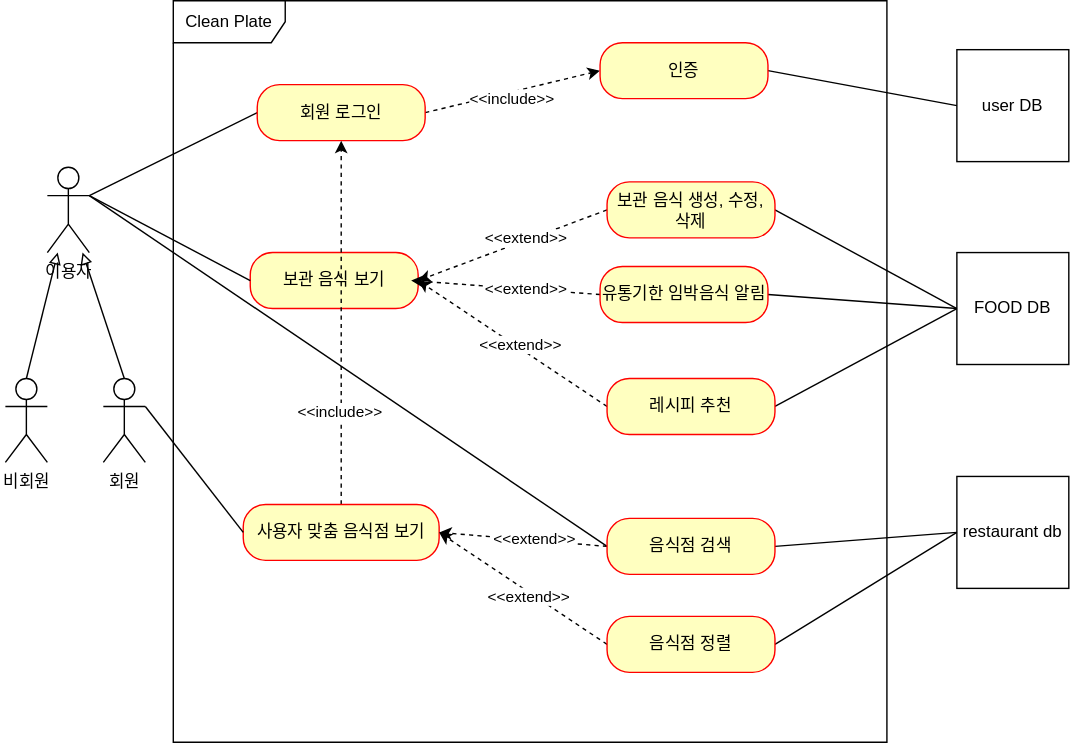
This is cleanplate/document/use-case.svg from whwlsgkr7/Clean-Plate, a draw.io export, as it was before one commit. Source tidied: cells renumbered, new cells last; positions are measured from the earlier drawing's top-left corner, leaving out a move shared by most shapes.
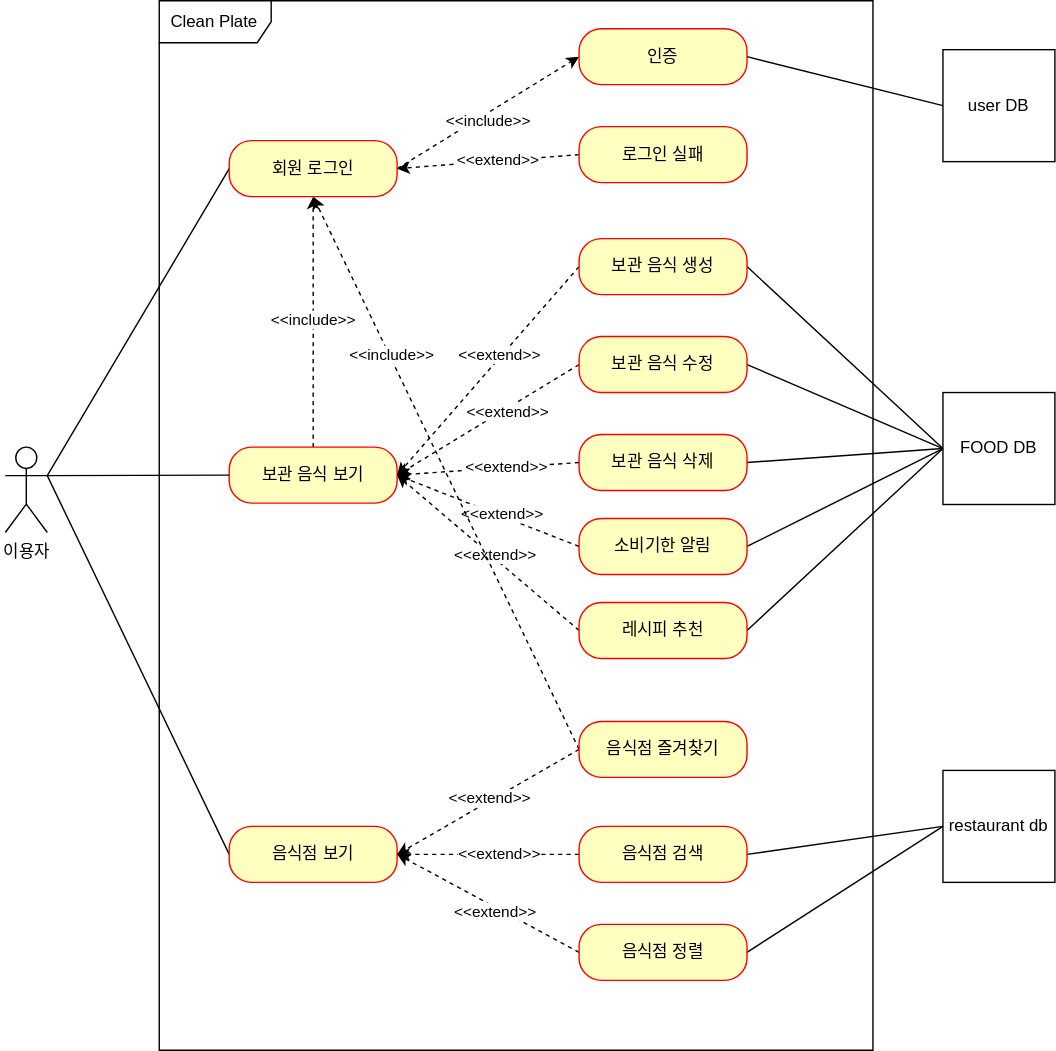
After the commit.

Commit message:
연관관계 정리와 보기 좋게 수정함

Diff of the diagram source:
```diff
@@ -5,36 +5,24 @@
     <mxCell id="2" style="rounded=0;jettySize=auto;html=1;exitX=1;exitY=0.3333333333333333;exitDx=0;exitDy=0;exitPerimeter=0;entryX=0;entryY=0.5;entryDx=0;entryDy=0;endArrow=none;endFill=0;" parent="1" edge="1" source="4" target="15">
       <mxGeometry relative="1" as="geometry" />
     </mxCell>
-    <mxCell id="3" style="rounded=0;jettySize=auto;html=1;exitX=1;exitY=0.3333333333333333;exitDx=0;exitDy=0;exitPerimeter=0;entryX=0;entryY=0.5;entryDx=0;entryDy=0;endArrow=none;endFill=0;" parent="1" edge="1" source="4" target="33">
-      <mxGeometry relative="1" as="geometry" />
-    </mxCell>
+    <mxCell id="44" style="rounded=0;jettySize=auto;html=1;exitX=1;exitY=0.3333333333333333;exitDx=0;exitDy=0;exitPerimeter=0;entryX=0;entryY=0.5;entryDx=0;entryDy=0;endArrow=none;endFill=0;" parent="1" edge="1" source="4" target="19">
+      <mxGeometry relative="1" as="geometry" />
+    </mxCell>
     <mxCell id="4" value="이용자" style="shape=umlActor;verticalLabelPosition=bottom;verticalAlign=top;html=1;outlineConnect=0;" parent="1" vertex="1">
-      <mxGeometry x="30" y="119" width="30" height="61" as="geometry" />
+      <mxGeometry x="10" y="319" width="30" height="61" as="geometry" />
     </mxCell>
     <mxCell id="5" value="Clean Plate" style="shape=umlFrame;whiteSpace=wrap;html=1;width=80;height=30;" parent="1" vertex="1">
-      <mxGeometry x="120" width="510" height="530" as="geometry" />
+      <mxGeometry x="120" width="510" height="750" as="geometry" />
     </mxCell>
     <mxCell id="6" value="user DB" style="whiteSpace=wrap;html=1;" parent="1" vertex="1">
       <mxGeometry x="680" y="35" width="80" height="80" as="geometry" />
     </mxCell>
     <mxCell id="7" value="FOOD DB" style="whiteSpace=wrap;html=1;" parent="1" vertex="1">
-      <mxGeometry x="680" y="180" width="80" height="80" as="geometry" />
+      <mxGeometry x="680" y="280" width="80" height="80" as="geometry" />
     </mxCell>
     <mxCell id="8" value="restaurant db" style="whiteSpace=wrap;html=1;" parent="1" vertex="1">
-      <mxGeometry x="680" y="340" width="80" height="80" as="geometry" />
+      <mxGeometry x="680" y="550" width="80" height="80" as="geometry" />
     </mxCell>
-    <mxCell id="9" style="rounded=0;jettySize=auto;html=1;exitX=0.5;exitY=0;exitDx=0;exitDy=0;exitPerimeter=0;endArrow=block;endFill=0;" parent="1" edge="1" source="10" target="4">
-      <mxGeometry relative="1" as="geometry" />
-    </mxCell>
-    <mxCell id="10" value="회원" style="shape=umlActor;verticalLabelPosition=bottom;verticalAlign=top;html=1;outlineConnect=0;" parent="1" vertex="1">
-      <mxGeometry x="70" y="270" width="30" height="60" as="geometry" />
-    </mxCell>
-    <mxCell id="11" style="rounded=0;jettySize=auto;html=1;exitX=0.5;exitY=0;exitDx=0;exitDy=0;exitPerimeter=0;endArrow=block;endFill=0;" parent="1" edge="1" source="12" target="4">
-      <mxGeometry relative="1" as="geometry" />
-    </mxCell>
-    <mxCell id="12" value="비회원" style="shape=umlActor;verticalLabelPosition=bottom;verticalAlign=top;html=1;outlineConnect=0;" parent="1" vertex="1">
-      <mxGeometry y="270" width="30" height="60" as="geometry" />
-    </mxCell>
     <mxCell id="13" style="rounded=0;jettySize=auto;html=1;exitX=1;exitY=0.5;exitDx=0;exitDy=0;entryX=0;entryY=0.5;entryDx=0;entryDy=0;dashed=1;" parent="1" edge="1" source="15" target="21">
       <mxGeometry relative="1" as="geometry" />
     </mxCell>
@@ -42,25 +30,27 @@
       <mxGeometry x="-0.04" y="-4" relative="1" as="geometry" />
     </mxCell>
     <mxCell id="15" value="회원 로그인" style="rounded=1;whiteSpace=wrap;html=1;arcSize=40;fontColor=#000000;fillColor=#ffffc0;strokeColor=#ff0000;" parent="1" vertex="1">
-      <mxGeometry x="180" y="60" width="120" height="40" as="geometry" />
+      <mxGeometry x="170" y="100" width="120" height="40" as="geometry" />
     </mxCell>
+    <mxCell id="45" style="rounded=0;jettySize=auto;html=1;exitX=0.5;exitY=0;exitDx=0;exitDy=0;entryX=0.5;entryY=1;entryDx=0;entryDy=0;dashed=1;" parent="1" edge="1" source="16" target="15">
+      <mxGeometry relative="1" as="geometry" />
+    </mxCell>
+    <mxCell id="46" value="&amp;lt;&amp;lt;include&amp;gt;&amp;gt;" style="edgeLabel;html=1;align=center;verticalAlign=middle;" parent="45" vertex="1">
+      <mxGeometry x="0.02" y="1" relative="1" as="geometry">
+        <mxPoint y="-1" as="offset" />
+      </mxGeometry>
+    </mxCell>
     <mxCell id="16" value="보관 음식 보기" style="rounded=1;whiteSpace=wrap;html=1;arcSize=40;fontColor=#000000;fillColor=#ffffc0;strokeColor=#ff0000;" parent="1" vertex="1">
-      <mxGeometry x="175" y="180" width="120" height="40" as="geometry" />
+      <mxGeometry x="170" y="319" width="120" height="40" as="geometry" />
     </mxCell>
-    <mxCell id="17" style="rounded=0;jettySize=auto;html=1;exitX=0.5;exitY=0;exitDx=0;exitDy=0;entryX=0.5;entryY=1;entryDx=0;entryDy=0;dashed=1;" parent="1" edge="1" source="19" target="15">
-      <mxGeometry relative="1" as="geometry" />
-    </mxCell>
-    <mxCell id="18" value="&amp;lt;&amp;lt;include&amp;gt;&amp;gt;" style="edgeLabel;html=1;align=center;verticalAlign=middle;" parent="17" vertex="1">
-      <mxGeometry x="-0.48" y="2" relative="1" as="geometry" />
-    </mxCell>
-    <mxCell id="19" value="사용자 맞춤 음식점 보기" style="rounded=1;whiteSpace=wrap;html=1;arcSize=40;fontColor=#000000;fillColor=#ffffc0;strokeColor=#ff0000;" parent="1" vertex="1">
-      <mxGeometry x="170" y="360" width="140" height="40" as="geometry" />
+    <mxCell id="19" value="음식점 보기" style="rounded=1;whiteSpace=wrap;html=1;arcSize=40;fontColor=#000000;fillColor=#ffffc0;strokeColor=#ff0000;" parent="1" vertex="1">
+      <mxGeometry x="170" y="590" width="120" height="40" as="geometry" />
     </mxCell>
     <mxCell id="20" style="rounded=0;jettySize=auto;html=1;exitX=1;exitY=0.5;exitDx=0;exitDy=0;entryX=0;entryY=0.5;entryDx=0;entryDy=0;endArrow=none;endFill=0;" parent="1" edge="1" source="21" target="6">
       <mxGeometry relative="1" as="geometry" />
     </mxCell>
     <mxCell id="21" value="인증&lt;span style=&quot;color: rgba(0, 0, 0, 0); font-family: monospace; font-size: 0px; text-align: start; text-wrap: nowrap;&quot;&gt;%3CmxGraphModel%3E%3Croot%3E%3CmxCell%20id%3D%220%22%2F%3E%3CmxCell%20id%3D%221%22%20parent%3D%220%22%2F%3E%3CmxCell%20id%3D%222%22%20value%3D%22%ED%9A%8C%EC%9B%90%20%EB%A1%9C%EA%B7%B8%EC%9D%B8%22%20style%3D%22rounded%3D1%3BwhiteSpace%3Dwrap%3Bhtml%3D1%3BarcSize%3D40%3BfontColor%3D%23000000%3BfillColor%3D%23ffffc0%3BstrokeColor%3D%23ff0000%3B%22%20vertex%3D%221%22%20parent%3D%221%22%3E%3CmxGeometry%20x%3D%22210%22%20y%3D%22110%22%20width%3D%22120%22%20height%3D%2240%22%20as%3D%22geometry%22%2F%3E%3C%2FmxCell%3E%3C%2Froot%3E%3C%2FmxGraphModel%3E&lt;/span&gt;" style="rounded=1;whiteSpace=wrap;html=1;arcSize=40;fontColor=#000000;fillColor=#ffffc0;strokeColor=#ff0000;" parent="1" vertex="1">
-      <mxGeometry x="425" y="30" width="120" height="40" as="geometry" />
+      <mxGeometry x="420" y="20" width="120" height="40" as="geometry" />
     </mxCell>
     <mxCell id="22" style="rounded=0;jettySize=auto;html=1;exitX=1;exitY=0.5;exitDx=0;exitDy=0;entryX=0;entryY=0.5;entryDx=0;entryDy=0;endArrow=none;endFill=0;" parent="1" edge="1" source="25" target="7">
       <mxGeometry relative="1" as="geometry" />
@@ -71,8 +61,8 @@
     <mxCell id="24" value="&amp;lt;&amp;lt;extend&amp;gt;&amp;gt;" style="edgeLabel;html=1;align=center;verticalAlign=middle;" parent="23" vertex="1">
       <mxGeometry x="-0.14" y="-2" relative="1" as="geometry" />
     </mxCell>
-    <mxCell id="25" value="보관 음식 생성, 수정, 삭제" style="rounded=1;whiteSpace=wrap;html=1;arcSize=40;fontColor=#000000;fillColor=#ffffc0;strokeColor=#ff0000;" parent="1" vertex="1">
-      <mxGeometry x="430" y="129.5" width="120" height="40" as="geometry" />
+    <mxCell id="25" value="보관 음식 생성" style="rounded=1;whiteSpace=wrap;html=1;arcSize=40;fontColor=#000000;fillColor=#ffffc0;strokeColor=#ff0000;" parent="1" vertex="1">
+      <mxGeometry x="420" y="170" width="120" height="40" as="geometry" />
     </mxCell>
     <mxCell id="26" style="rounded=0;jettySize=auto;html=1;exitX=1;exitY=0.5;exitDx=0;exitDy=0;entryX=0;entryY=0.5;entryDx=0;entryDy=0;endArrow=none;endFill=0;" parent="1" edge="1" source="29" target="7">
       <mxGeometry relative="1" as="geometry" />
@@ -84,7 +74,7 @@
       <mxGeometry x="-0.05" y="-2" relative="1" as="geometry" />
     </mxCell>
     <mxCell id="29" value="레시피 추천" style="rounded=1;whiteSpace=wrap;html=1;arcSize=40;fontColor=#000000;fillColor=#ffffc0;strokeColor=#ff0000;" parent="1" vertex="1">
-      <mxGeometry x="430" y="270" width="120" height="40" as="geometry" />
+      <mxGeometry x="420" y="430" width="120" height="40" as="geometry" />
     </mxCell>
     <mxCell id="30" style="rounded=0;jettySize=auto;html=1;exitX=1;exitY=0.5;exitDx=0;exitDy=0;entryX=0;entryY=0.5;entryDx=0;entryDy=0;endArrow=none;endFill=0;" parent="1" edge="1" source="33" target="8">
       <mxGeometry relative="1" as="geometry" />
@@ -96,17 +86,13 @@
       <mxGeometry x="-0.12" y="-1" relative="1" as="geometry" />
     </mxCell>
     <mxCell id="33" value="음식점 검색" style="rounded=1;whiteSpace=wrap;html=1;arcSize=40;fontColor=#000000;fillColor=#ffffc0;strokeColor=#ff0000;" parent="1" vertex="1">
-      <mxGeometry x="430" y="370" width="120" height="40" as="geometry" />
+      <mxGeometry x="420" y="590" width="120" height="40" as="geometry" />
     </mxCell>
-    <mxCell id="34" style="rounded=0;jettySize=auto;html=1;exitX=1;exitY=0.5;exitDx=0;exitDy=0;endArrow=none;endFill=0;" parent="1" edge="1" source="37">
-      <mxGeometry relative="1" as="geometry">
-        <mxPoint x="680" y="380" as="targetPoint" />
-      </mxGeometry>
+    <mxCell id="34" style="rounded=0;jettySize=auto;html=1;exitX=1;exitY=0.5;exitDx=0;exitDy=0;endArrow=none;endFill=0;entryX=0;entryY=0.5;entryDx=0;entryDy=0;" parent="1" edge="1" source="37" target="8">
+      <mxGeometry relative="1" as="geometry" />
     </mxCell>
-    <mxCell id="35" style="rounded=0;jettySize=auto;html=1;exitX=0;exitY=0.5;exitDx=0;exitDy=0;dashed=1;" parent="1" edge="1" source="37">
-      <mxGeometry relative="1" as="geometry">
-        <mxPoint x="310" y="380" as="targetPoint" />
-      </mxGeometry>
+    <mxCell id="35" style="rounded=0;jettySize=auto;html=1;exitX=0;exitY=0.5;exitDx=0;exitDy=0;dashed=1;entryX=1;entryY=0.5;entryDx=0;entryDy=0;" parent="1" edge="1" source="37" target="19">
+      <mxGeometry relative="1" as="geometry" />
     </mxCell>
     <mxCell id="36" value="&amp;lt;&amp;lt;extend&amp;gt;&amp;gt;" style="edgeLabel;html=1;align=center;verticalAlign=middle;" parent="35" vertex="1">
       <mxGeometry x="-0.07" y="2" relative="1" as="geometry">
@@ -114,27 +100,76 @@
       </mxGeometry>
     </mxCell>
     <mxCell id="37" value="음식점 정렬" style="rounded=1;whiteSpace=wrap;html=1;arcSize=40;fontColor=#000000;fillColor=#ffffc0;strokeColor=#ff0000;" parent="1" vertex="1">
-      <mxGeometry x="430" y="440" width="120" height="40" as="geometry" />
+      <mxGeometry x="420" y="660" width="120" height="40" as="geometry" />
     </mxCell>
     <mxCell id="38" style="rounded=0;jettySize=auto;html=1;exitX=1;exitY=0.5;exitDx=0;exitDy=0;entryX=0;entryY=0.5;entryDx=0;entryDy=0;endArrow=none;endFill=0;" parent="1" edge="1" source="41" target="7">
       <mxGeometry relative="1" as="geometry" />
     </mxCell>
-    <mxCell id="39" style="rounded=0;jettySize=auto;html=1;exitX=0;exitY=0.5;exitDx=0;exitDy=0;dashed=1;" parent="1" edge="1" source="41">
-      <mxGeometry relative="1" as="geometry">
-        <mxPoint x="290" y="200" as="targetPoint" />
-      </mxGeometry>
-    </mxCell>
-    <mxCell id="40" value="&amp;lt;&amp;lt;extend&amp;gt;&amp;gt;" style="edgeLabel;html=1;align=center;verticalAlign=middle;" parent="39" vertex="1">
-      <mxGeometry x="-0.2" y="-1" relative="1" as="geometry" />
-    </mxCell>
+    <mxCell id="47" style="rounded=0;jettySize=auto;html=1;exitX=0;exitY=0.5;exitDx=0;exitDy=0;entryX=1;entryY=0.5;entryDx=0;entryDy=0;dashed=1;" parent="1" edge="1" source="41" target="16">
+      <mxGeometry relative="1" as="geometry" />
+    </mxCell>
+    <mxCell id="48" value="&amp;lt;&amp;lt;extend&amp;gt;&amp;gt;" style="edgeLabel;html=1;align=center;verticalAlign=middle;" parent="47" vertex="1">
+      <mxGeometry x="-0.13" y="-1" relative="1" as="geometry">
+        <mxPoint y="-1" as="offset" />
+      </mxGeometry>
+    </mxCell>
-    <mxCell id="41" value="유통기한 임박음식 알림" style="rounded=1;whiteSpace=wrap;html=1;arcSize=40;fontColor=#000000;fillColor=#ffffc0;strokeColor=#ff0000;" parent="1" vertex="1">
-      <mxGeometry x="425" y="190" width="120" height="40" as="geometry" />
+    <mxCell id="41" value="소비기한 알림" style="rounded=1;whiteSpace=wrap;html=1;arcSize=40;fontColor=#000000;fillColor=#ffffc0;strokeColor=#ff0000;" parent="1" vertex="1">
+      <mxGeometry x="420" y="370" width="120" height="40" as="geometry" />
     </mxCell>
     <mxCell id="42" style="rounded=0;jettySize=auto;html=1;exitX=0;exitY=0.5;exitDx=0;exitDy=0;entryX=1;entryY=0.3333333333333333;entryDx=0;entryDy=0;entryPerimeter=0;endArrow=none;endFill=0;" parent="1" edge="1" source="16" target="4">
       <mxGeometry relative="1" as="geometry" />
     </mxCell>
-    <mxCell id="43" style="rounded=0;jettySize=auto;html=1;exitX=0;exitY=0.5;exitDx=0;exitDy=0;entryX=1;entryY=0.3333333333333333;entryDx=0;entryDy=0;entryPerimeter=0;endArrow=none;endFill=0;" parent="1" edge="1" source="19" target="10">
-      <mxGeometry relative="1" as="geometry" />
-    </mxCell>
+    <mxCell id="49" style="rounded=0;jettySize=auto;html=1;exitX=0;exitY=0.5;exitDx=0;exitDy=0;entryX=1;entryY=0.5;entryDx=0;entryDy=0;dashed=1;" parent="1" edge="1" source="51" target="15">
+      <mxGeometry relative="1" as="geometry" />
+    </mxCell>
+    <mxCell id="50" value="&amp;lt;&amp;lt;extend&amp;gt;&amp;gt;" style="edgeLabel;html=1;align=center;verticalAlign=middle;" parent="49" vertex="1">
+      <mxGeometry x="-0.09" y="-1" relative="1" as="geometry" />
+    </mxCell>
+    <mxCell id="51" value="로그인 실패" style="rounded=1;whiteSpace=wrap;html=1;arcSize=40;fontColor=#000000;fillColor=#ffffc0;strokeColor=#ff0000;" parent="1" vertex="1">
+      <mxGeometry x="420" y="90" width="120" height="40" as="geometry" />
+    </mxCell>
+    <mxCell id="52" style="rounded=0;jettySize=auto;html=1;exitX=0;exitY=0.5;exitDx=0;exitDy=0;entryX=1;entryY=0.5;entryDx=0;entryDy=0;dashed=1;" parent="1" edge="1" source="55" target="16">
+      <mxGeometry relative="1" as="geometry" />
+    </mxCell>
+    <mxCell id="53" value="&amp;lt;&amp;lt;extend&amp;gt;&amp;gt;" style="edgeLabel;html=1;align=center;verticalAlign=middle;" parent="52" vertex="1">
+      <mxGeometry x="-0.2" y="1" relative="1" as="geometry">
+        <mxPoint y="1" as="offset" />
+      </mxGeometry>
+    </mxCell>
+    <mxCell id="54" style="rounded=0;jettySize=auto;html=1;exitX=1;exitY=0.5;exitDx=0;exitDy=0;entryX=0;entryY=0.5;entryDx=0;entryDy=0;endArrow=none;endFill=0;" parent="1" edge="1" source="55" target="7">
+      <mxGeometry relative="1" as="geometry" />
+    </mxCell>
+    <mxCell id="55" value="보관 음식 수정" style="rounded=1;whiteSpace=wrap;html=1;arcSize=40;fontColor=#000000;fillColor=#ffffc0;strokeColor=#ff0000;" parent="1" vertex="1">
+      <mxGeometry x="420" y="240" width="120" height="40" as="geometry" />
+    </mxCell>
+    <mxCell id="56" style="rounded=0;jettySize=auto;html=1;exitX=0;exitY=0.5;exitDx=0;exitDy=0;entryX=1;entryY=0.5;entryDx=0;entryDy=0;dashed=1;" parent="1" edge="1" source="59" target="16">
+      <mxGeometry relative="1" as="geometry" />
+    </mxCell>
+    <mxCell id="57" value="&amp;lt;&amp;lt;extend&amp;gt;&amp;gt;" style="edgeLabel;html=1;align=center;verticalAlign=middle;" parent="56" vertex="1">
+      <mxGeometry x="-0.18" y="-1" relative="1" as="geometry" />
+    </mxCell>
+    <mxCell id="58" style="rounded=0;jettySize=auto;html=1;exitX=1;exitY=0.5;exitDx=0;exitDy=0;entryX=0;entryY=0.5;entryDx=0;entryDy=0;endArrow=none;endFill=0;" parent="1" edge="1" source="59" target="7">
+      <mxGeometry relative="1" as="geometry" />
+    </mxCell>
+    <mxCell id="59" value="보관 음식 삭제" style="rounded=1;whiteSpace=wrap;html=1;arcSize=40;fontColor=#000000;fillColor=#ffffc0;strokeColor=#ff0000;" parent="1" vertex="1">
+      <mxGeometry x="420" y="310" width="120" height="40" as="geometry" />
+    </mxCell>
+    <mxCell id="60" style="rounded=0;jettySize=auto;html=1;exitX=0;exitY=0.5;exitDx=0;exitDy=0;entryX=1;entryY=0.5;entryDx=0;entryDy=0;dashed=1;" parent="1" edge="1" source="64" target="19">
+      <mxGeometry relative="1" as="geometry" />
+    </mxCell>
+    <mxCell id="61" value="&amp;lt;&amp;lt;extend&amp;gt;&amp;gt;" style="edgeLabel;html=1;align=center;verticalAlign=middle;" parent="60" vertex="1">
+      <mxGeometry x="-0.03" y="-2" relative="1" as="geometry" />
+    </mxCell>
+    <mxCell id="62" style="rounded=0;jettySize=auto;html=1;exitX=0;exitY=0.5;exitDx=0;exitDy=0;entryX=0.5;entryY=1;entryDx=0;entryDy=0;dashed=1;" parent="1" edge="1" source="64" target="15">
+      <mxGeometry relative="1" as="geometry" />
+    </mxCell>
+    <mxCell id="63" value="&amp;lt;&amp;lt;include&amp;gt;&amp;gt;" style="edgeLabel;html=1;align=center;verticalAlign=middle;" parent="62" vertex="1">
+      <mxGeometry x="0.43" y="-2" relative="1" as="geometry">
+        <mxPoint y="1" as="offset" />
+      </mxGeometry>
+    </mxCell>
+    <mxCell id="64" value="음식점 즐겨찾기" style="rounded=1;whiteSpace=wrap;html=1;arcSize=40;fontColor=#000000;fillColor=#ffffc0;strokeColor=#ff0000;" parent="1" vertex="1">
+      <mxGeometry x="420" y="515" width="120" height="40" as="geometry" />
+    </mxCell>
   </root>
 </mxGraphModel>
```
